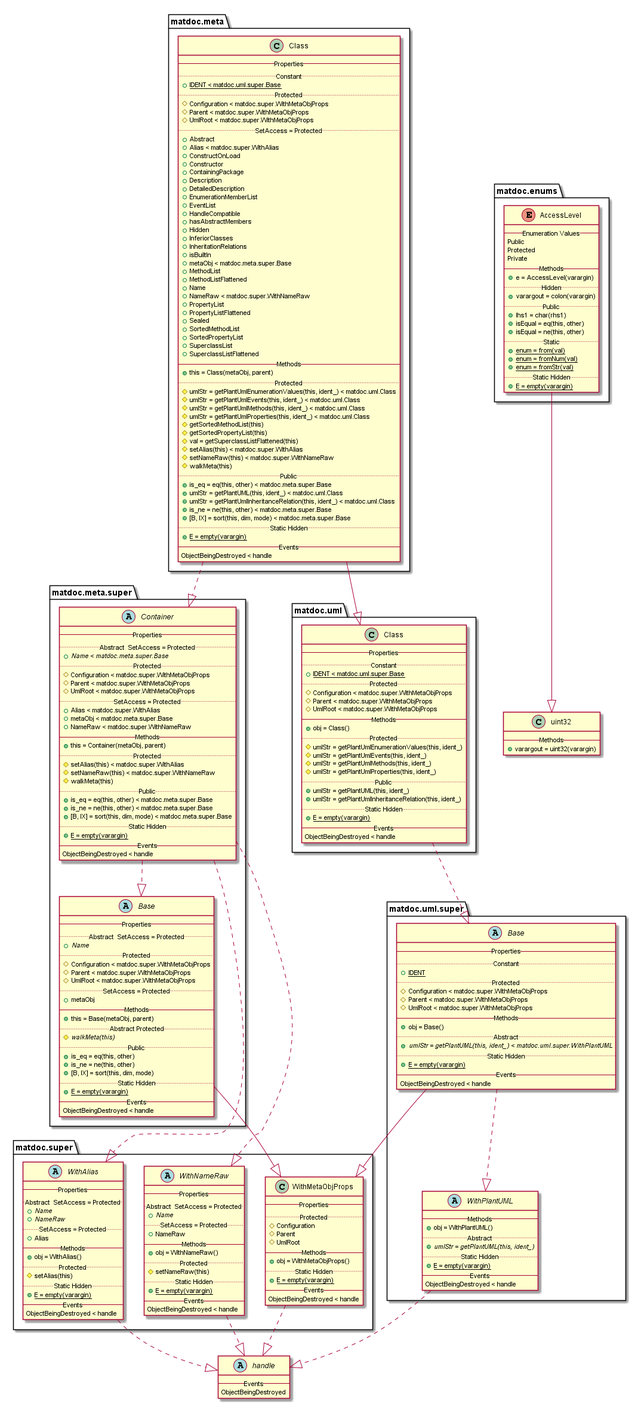
Earlier version of the PlantUML export doc/uml-examples/export-class-InheritanceHint-true.png (flxdot/matdoc).
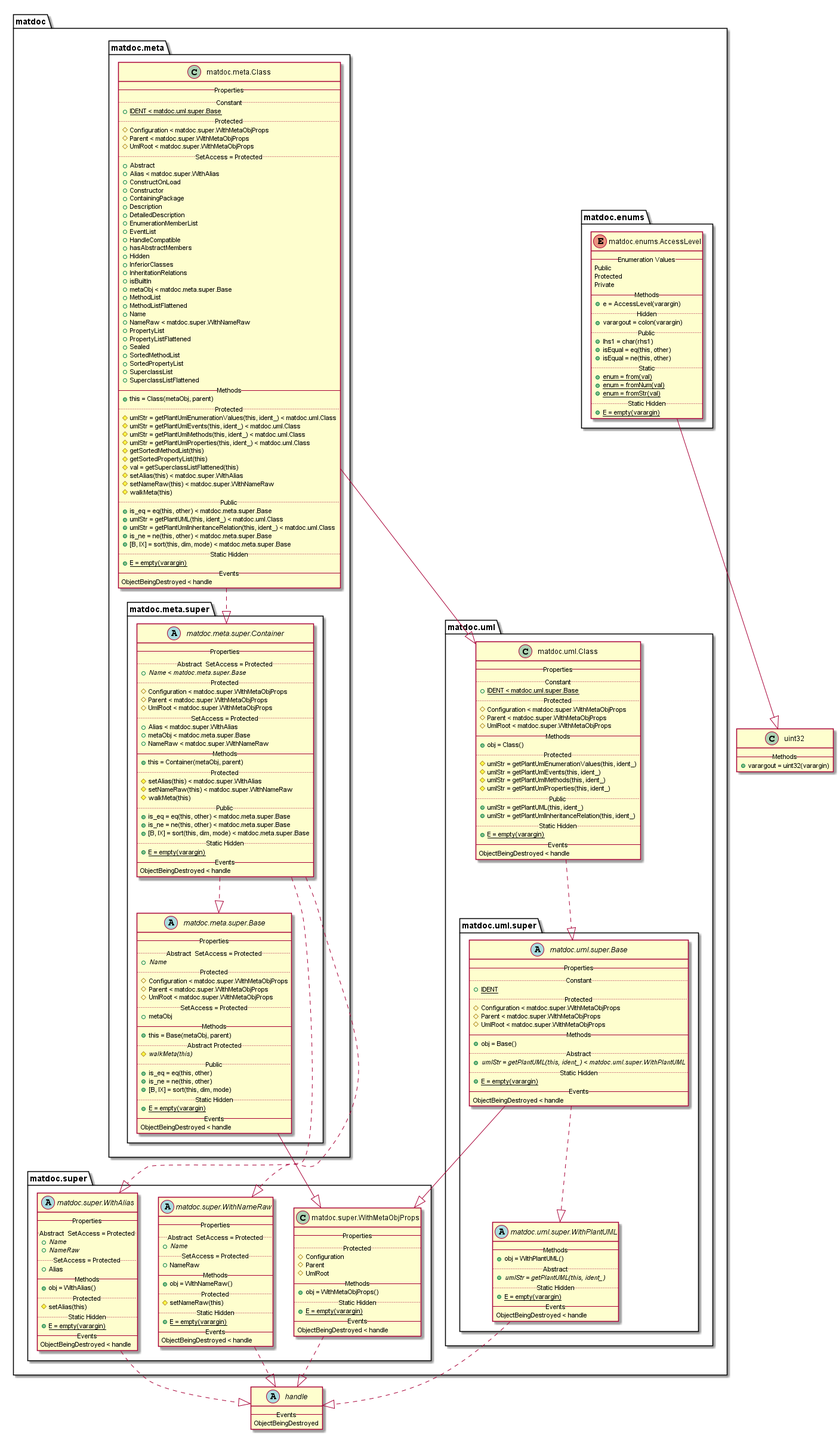
After the change.

The edit, as a diff of the source:
```diff
@@ -1,247 +1,277 @@
 @startuml
+
+set namespaceSeparator none
 
 abstract class handle {
    -- Events --
    ObjectBeingDestroyed
 }
 
-enum matdoc.enums.AccessLevel {
-   -- Enumeration Values --
-   Public
-   Protected
-   Private
-   -- Methods --
-   {method} + e = AccessLevel(varargin)
-   .. Hidden ..
-   {method} + varargout = colon(varargin)
-   .. Public ..
-   {method} + lhs1 = char(rhs1)
-   {method} + isEqual = eq(this, other)
-   {method} + isEqual = ne(this, other)
-   .. Static ..
-   {method} {static} + enum = from(val)
-   {method} {static} + enum = fromNum(val)
-   {method} {static} + enum = fromStr(val)
-   .. Static Hidden ..
-   {method} {static} + E = empty(varargin)
-}
-
-class matdoc.meta.Class {
-   -- Properties --
-   .. Constant ..
-   {field} {static} + IDENT < matdoc.uml.super.Base
-   .. Protected ..
-   {field} # Configuration < matdoc.super.WithMetaObjProps
-   {field} # Parent < matdoc.super.WithMetaObjProps
-   {field} # UmlRoot < matdoc.super.WithMetaObjProps
-   .. SetAccess = Protected ..
-   {field} + Abstract
-   {field} + Alias < matdoc.super.WithAlias
-   {field} + ConstructOnLoad
-   {field} + Constructor
-   {field} + ContainingPackage
-   {field} + Description
-   {field} + DetailedDescription
-   {field} + EnumerationMemberList
-   {field} + EventList
-   {field} + HandleCompatible
-   {field} + hasAbstractMembers
-   {field} + Hidden
-   {field} + InferiorClasses
-   {field} + InheritationRelations
-   {field} + isBuiltIn
-   {field} + metaObj < matdoc.meta.super.Base
-   {field} + MethodList
-   {field} + MethodListFlattened
-   {field} + Name
-   {field} + NameRaw < matdoc.super.WithNameRaw
-   {field} + PropertyList
-   {field} + PropertyListFlattened
-   {field} + Sealed
-   {field} + SortedMethodList
-   {field} + SortedPropertyList
-   {field} + SuperclassList
-   {field} + SuperclassListFlattened
-   -- Methods --
-   {method} + this = Class(metaObj, parent)
-   .. Protected ..
-   {method} # umlStr = getPlantUmlEnumerationValues(this, ident_) < matdoc.uml.Class
-   {method} # umlStr = getPlantUmlEvents(this, ident_) < matdoc.uml.Class
-   {method} # umlStr = getPlantUmlMethods(this, ident_) < matdoc.uml.Class
-   {method} # umlStr = getPlantUmlProperties(this, ident_) < matdoc.uml.Class
-   {method} # getSortedMethodList(this)
-   {method} # getSortedPropertyList(this)
-   {method} # val = getSuperclassListFlattened(this)
-   {method} # setAlias(this) < matdoc.super.WithAlias
-   {method} # setNameRaw(this) < matdoc.super.WithNameRaw
-   {method} # walkMeta(this)
-   .. Public ..
-   {method} + is_eq = eq(this, other) < matdoc.meta.super.Base
-   {method} + umlStr = getPlantUML(this, ident_) < matdoc.uml.Class
-   {method} + umlStr = getPlantUmlInheritanceRelation(this, ident_) < matdoc.uml.Class
-   {method} + is_ne = ne(this, other) < matdoc.meta.super.Base
-   {method} + [B, IX] = sort(this, dim, mode) < matdoc.meta.super.Base
-   .. Static Hidden ..
-   {method} {static} + E = empty(varargin)
-   -- Events --
-   ObjectBeingDestroyed < handle
-}
-
-abstract class matdoc.meta.super.Base {
-   -- Properties --
-   .. Abstract  SetAccess = Protected ..
-   {field} {abstract} + Name
-   .. Protected ..
-   {field} # Configuration < matdoc.super.WithMetaObjProps
-   {field} # Parent < matdoc.super.WithMetaObjProps
-   {field} # UmlRoot < matdoc.super.WithMetaObjProps
-   .. SetAccess = Protected ..
-   {field} + metaObj
-   -- Methods --
-   {method} + this = Base(metaObj, parent)
-   .. Abstract Protected ..
-   {method} {abstract} # walkMeta(this)
-   .. Public ..
-   {method} + is_eq = eq(this, other)
-   {method} + is_ne = ne(this, other)
-   {method} + [B, IX] = sort(this, dim, mode)
-   .. Static Hidden ..
-   {method} {static} + E = empty(varargin)
-   -- Events --
-   ObjectBeingDestroyed < handle
-}
-
-abstract class matdoc.meta.super.Container {
-   -- Properties --
-   .. Abstract  SetAccess = Protected ..
-   {field} {abstract} + Name < matdoc.meta.super.Base
-   .. Protected ..
-   {field} # Configuration < matdoc.super.WithMetaObjProps
-   {field} # Parent < matdoc.super.WithMetaObjProps
-   {field} # UmlRoot < matdoc.super.WithMetaObjProps
-   .. SetAccess = Protected ..
-   {field} + Alias < matdoc.super.WithAlias
-   {field} + metaObj < matdoc.meta.super.Base
-   {field} + NameRaw < matdoc.super.WithNameRaw
-   -- Methods --
-   {method} + this = Container(metaObj, parent)
-   .. Protected ..
-   {method} # setAlias(this) < matdoc.super.WithAlias
-   {method} # setNameRaw(this) < matdoc.super.WithNameRaw
-   {method} # walkMeta(this)
-   .. Public ..
-   {method} + is_eq = eq(this, other) < matdoc.meta.super.Base
-   {method} + is_ne = ne(this, other) < matdoc.meta.super.Base
-   {method} + [B, IX] = sort(this, dim, mode) < matdoc.meta.super.Base
-   .. Static Hidden ..
-   {method} {static} + E = empty(varargin)
-   -- Events --
-   ObjectBeingDestroyed < handle
-}
-
-abstract class matdoc.super.WithAlias {
-   -- Properties --
-   .. Abstract  SetAccess = Protected ..
-   {field} {abstract} + Name
-   {field} {abstract} + NameRaw
-   .. SetAccess = Protected ..
-   {field} + Alias
-   -- Methods --
-   {method} + obj = WithAlias()
-   .. Protected ..
-   {method} # setAlias(this)
-   .. Static Hidden ..
-   {method} {static} + E = empty(varargin)
-   -- Events --
-   ObjectBeingDestroyed < handle
-}
-
-class matdoc.super.WithMetaObjProps {
-   -- Properties --
-   .. Protected ..
-   {field} # Configuration
-   {field} # Parent
-   {field} # UmlRoot
-   -- Methods --
-   {method} + obj = WithMetaObjProps()
-   .. Static Hidden ..
-   {method} {static} + E = empty(varargin)
-   -- Events --
-   ObjectBeingDestroyed < handle
-}
-
-abstract class matdoc.super.WithNameRaw {
-   -- Properties --
-   .. Abstract  SetAccess = Protected ..
-   {field} {abstract} + Name
-   .. SetAccess = Protected ..
-   {field} + NameRaw
-   -- Methods --
-   {method} + obj = WithNameRaw()
-   .. Protected ..
-   {method} # setNameRaw(this)
-   .. Static Hidden ..
-   {method} {static} + E = empty(varargin)
-   -- Events --
-   ObjectBeingDestroyed < handle
-}
-
-class matdoc.uml.Class {
-   -- Properties --
-   .. Constant ..
-   {field} {static} + IDENT < matdoc.uml.super.Base
-   .. Protected ..
-   {field} # Configuration < matdoc.super.WithMetaObjProps
-   {field} # Parent < matdoc.super.WithMetaObjProps
-   {field} # UmlRoot < matdoc.super.WithMetaObjProps
-   -- Methods --
-   {method} + obj = Class()
-   .. Protected ..
-   {method} # umlStr = getPlantUmlEnumerationValues(this, ident_)
-   {method} # umlStr = getPlantUmlEvents(this, ident_)
-   {method} # umlStr = getPlantUmlMethods(this, ident_)
-   {method} # umlStr = getPlantUmlProperties(this, ident_)
-   .. Public ..
-   {method} + umlStr = getPlantUML(this, ident_)
-   {method} + umlStr = getPlantUmlInheritanceRelation(this, ident_)
-   .. Static Hidden ..
-   {method} {static} + E = empty(varargin)
-   -- Events --
-   ObjectBeingDestroyed < handle
-}
-
-abstract class matdoc.uml.super.Base {
-   -- Properties --
-   .. Constant ..
-   {field} {static} + IDENT
-   .. Protected ..
-   {field} # Configuration < matdoc.super.WithMetaObjProps
-   {field} # Parent < matdoc.super.WithMetaObjProps
-   {field} # UmlRoot < matdoc.super.WithMetaObjProps
-   -- Methods --
-   {method} + obj = Base()
-   .. Abstract ..
-   {method} {abstract} + umlStr = getPlantUML(this, ident_) < matdoc.uml.super.WithPlantUML
-   .. Static Hidden ..
-   {method} {static} + E = empty(varargin)
-   -- Events --
-   ObjectBeingDestroyed < handle
-}
-
-abstract class matdoc.uml.super.WithPlantUML {
-   -- Methods --
-   {method} + obj = WithPlantUML()
-   .. Abstract ..
-   {method} {abstract} + umlStr = getPlantUML(this, ident_)
-   .. Static Hidden ..
-   {method} {static} + E = empty(varargin)
-   -- Events --
-   ObjectBeingDestroyed < handle
-}
-
 class uint32 {
    -- Methods --
    {method} + varargout = uint32(varargin)
+}
+
+package matdoc {
+
+   package matdoc.enums {
+
+      enum matdoc.enums.AccessLevel {
+         -- Enumeration Values --
+         Public
+         Protected
+         Private
+         -- Methods --
+         {method} + e = AccessLevel(varargin)
+         .. Hidden ..
+         {method} + varargout = colon(varargin)
+         .. Public ..
+         {method} + lhs1 = char(rhs1)
+         {method} + isEqual = eq(this, other)
+         {method} + isEqual = ne(this, other)
+         .. Static ..
+         {method} {static} + enum = from(val)
+         {method} {static} + enum = fromNum(val)
+         {method} {static} + enum = fromStr(val)
+         .. Static Hidden ..
+         {method} {static} + E = empty(varargin)
+      }
+
+   }
+
+   package matdoc.meta {
+
+      class matdoc.meta.Class {
+         -- Properties --
+         .. Constant ..
+         {field} {static} + IDENT < matdoc.uml.super.Base
+         .. Protected ..
+         {field} # Configuration < matdoc.super.WithMetaObjProps
+         {field} # Parent < matdoc.super.WithMetaObjProps
+         {field} # UmlRoot < matdoc.super.WithMetaObjProps
+         .. SetAccess = Protected ..
+         {field} + Abstract
+         {field} + Alias < matdoc.super.WithAlias
+         {field} + ConstructOnLoad
+         {field} + Constructor
+         {field} + ContainingPackage
+         {field} + Description
+         {field} + DetailedDescription
+         {field} + EnumerationMemberList
+         {field} + EventList
+         {field} + HandleCompatible
+         {field} + hasAbstractMembers
+         {field} + Hidden
+         {field} + InferiorClasses
+         {field} + InheritationRelations
+         {field} + isBuiltIn
+         {field} + metaObj < matdoc.meta.super.Base
+         {field} + MethodList
+         {field} + MethodListFlattened
+         {field} + Name
+         {field} + NameRaw < matdoc.super.WithNameRaw
+         {field} + PropertyList
+         {field} + PropertyListFlattened
+         {field} + Sealed
+         {field} + SortedMethodList
+         {field} + SortedPropertyList
+         {field} + SuperclassList
+         {field} + SuperclassListFlattened
+         -- Methods --
+         {method} + this = Class(metaObj, parent)
+         .. Protected ..
+         {method} # umlStr = getPlantUmlEnumerationValues(this, ident_) < matdoc.uml.Class
+         {method} # umlStr = getPlantUmlEvents(this, ident_) < matdoc.uml.Class
+         {method} # umlStr = getPlantUmlMethods(this, ident_) < matdoc.uml.Class
+         {method} # umlStr = getPlantUmlProperties(this, ident_) < matdoc.uml.Class
+         {method} # getSortedMethodList(this)
+         {method} # getSortedPropertyList(this)
+         {method} # val = getSuperclassListFlattened(this)
+         {method} # setAlias(this) < matdoc.super.WithAlias
+         {method} # setNameRaw(this) < matdoc.super.WithNameRaw
+         {method} # walkMeta(this)
+         .. Public ..
+         {method} + is_eq = eq(this, other) < matdoc.meta.super.Base
+         {method} + umlStr = getPlantUML(this, ident_) < matdoc.uml.Class
+         {method} + umlStr = getPlantUmlInheritanceRelation(this, ident_) < matdoc.uml.Class
+         {method} + is_ne = ne(this, other) < matdoc.meta.super.Base
+         {method} + [B, IX] = sort(this, dim, mode) < matdoc.meta.super.Base
+         .. Static Hidden ..
+         {method} {static} + E = empty(varargin)
+         -- Events --
+         ObjectBeingDestroyed < handle
+      }
+
+      package matdoc.meta.super {
+
+         abstract class matdoc.meta.super.Base {
+            -- Properties --
+            .. Abstract  SetAccess = Protected ..
+            {field} {abstract} + Name
+            .. Protected ..
+            {field} # Configuration < matdoc.super.WithMetaObjProps
+            {field} # Parent < matdoc.super.WithMetaObjProps
+            {field} # UmlRoot < matdoc.super.WithMetaObjProps
+            .. SetAccess = Protected ..
+            {field} + metaObj
+            -- Methods --
+            {method} + this = Base(metaObj, parent)
+            .. Abstract Protected ..
+            {method} {abstract} # walkMeta(this)
+            .. Public ..
+            {method} + is_eq = eq(this, other)
+            {method} + is_ne = ne(this, other)
+            {method} + [B, IX] = sort(this, dim, mode)
+            .. Static Hidden ..
+            {method} {static} + E = empty(varargin)
+            -- Events --
+            ObjectBeingDestroyed < handle
+         }
+
+         abstract class matdoc.meta.super.Container {
+            -- Properties --
+            .. Abstract  SetAccess = Protected ..
+            {field} {abstract} + Name < matdoc.meta.super.Base
+            .. Protected ..
+            {field} # Configuration < matdoc.super.WithMetaObjProps
+            {field} # Parent < matdoc.super.WithMetaObjProps
+            {field} # UmlRoot < matdoc.super.WithMetaObjProps
+            .. SetAccess = Protected ..
+            {field} + Alias < matdoc.super.WithAlias
+            {field} + metaObj < matdoc.meta.super.Base
+            {field} + NameRaw < matdoc.super.WithNameRaw
+            -- Methods --
+            {method} + this = Container(metaObj, parent)
+            .. Protected ..
+            {method} # setAlias(this) < matdoc.super.WithAlias
+            {method} # setNameRaw(this) < matdoc.super.WithNameRaw
+            {method} # walkMeta(this)
+            .. Public ..
+            {method} + is_eq = eq(this, other) < matdoc.meta.super.Base
+            {method} + is_ne = ne(this, other) < matdoc.meta.super.Base
+            {method} + [B, IX] = sort(this, dim, mode) < matdoc.meta.super.Base
+            .. Static Hidden ..
+            {method} {static} + E = empty(varargin)
+            -- Events --
+            ObjectBeingDestroyed < handle
+         }
+
+      }
+
+   }
+
+   package matdoc.super {
+
+      abstract class matdoc.super.WithAlias {
+         -- Properties --
+         .. Abstract  SetAccess = Protected ..
+         {field} {abstract} + Name
+         {field} {abstract} + NameRaw
+         .. SetAccess = Protected ..
+         {field} + Alias
+         -- Methods --
+         {method} + obj = WithAlias()
+         .. Protected ..
+         {method} # setAlias(this)
+         .. Static Hidden ..
+         {method} {static} + E = empty(varargin)
+         -- Events --
+         ObjectBeingDestroyed < handle
+      }
+
+      class matdoc.super.WithMetaObjProps {
+         -- Properties --
+         .. Protected ..
+         {field} # Configuration
+         {field} # Parent
+         {field} # UmlRoot
+         -- Methods --
+         {method} + obj = WithMetaObjProps()
+         .. Static Hidden ..
+         {method} {static} + E = empty(varargin)
+         -- Events --
+         ObjectBeingDestroyed < handle
+      }
+
+      abstract class matdoc.super.WithNameRaw {
+         -- Properties --
+         .. Abstract  SetAccess = Protected ..
+         {field} {abstract} + Name
+         .. SetAccess = Protected ..
+         {field} + NameRaw
+         -- Methods --
+         {method} + obj = WithNameRaw()
+         .. Protected ..
+         {method} # setNameRaw(this)
+         .. Static Hidden ..
+         {method} {static} + E = empty(varargin)
+         -- Events --
+         ObjectBeingDestroyed < handle
+      }
+
+   }
+
+   package matdoc.uml {
+
+      class matdoc.uml.Class {
+         -- Properties --
+         .. Constant ..
+         {field} {static} + IDENT < matdoc.uml.super.Base
+         .. Protected ..
+         {field} # Configuration < matdoc.super.WithMetaObjProps
+         {field} # Parent < matdoc.super.WithMetaObjProps
+         {field} # UmlRoot < matdoc.super.WithMetaObjProps
+         -- Methods --
+         {method} + obj = Class()
+         .. Protected ..
+         {method} # umlStr = getPlantUmlEnumerationValues(this, ident_)
+         {method} # umlStr = getPlantUmlEvents(this, ident_)
+         {method} # umlStr = getPlantUmlMethods(this, ident_)
+         {method} # umlStr = getPlantUmlProperties(this, ident_)
+         .. Public ..
+         {method} + umlStr = getPlantUML(this, ident_)
+         {method} + umlStr = getPlantUmlInheritanceRelation(this, ident_)
+         .. Static Hidden ..
+         {method} {static} + E = empty(varargin)
+         -- Events --
+         ObjectBeingDestroyed < handle
+      }
+
+      package matdoc.uml.super {
+
+         abstract class matdoc.uml.super.Base {
+            -- Properties --
+            .. Constant ..
+            {field} {static} + IDENT
+            .. Protected ..
+            {field} # Configuration < matdoc.super.WithMetaObjProps
+            {field} # Parent < matdoc.super.WithMetaObjProps
+            {field} # UmlRoot < matdoc.super.WithMetaObjProps
+            -- Methods --
+            {method} + obj = Base()
+            .. Abstract ..
+            {method} {abstract} + umlStr = getPlantUML(this, ident_) < matdoc.uml.super.WithPlantUML
+            .. Static Hidden ..
+            {method} {static} + E = empty(varargin)
+            -- Events --
+            ObjectBeingDestroyed < handle
+         }
+
+         abstract class matdoc.uml.super.WithPlantUML {
+            -- Methods --
+            {method} + obj = WithPlantUML()
+            .. Abstract ..
+            {method} {abstract} + umlStr = getPlantUML(this, ident_)
+            .. Static Hidden ..
+            {method} {static} + E = empty(varargin)
+            -- Events --
+            ObjectBeingDestroyed < handle
+         }
+
+      }
+
+   }
+
 }
 
 
@@ -260,5 +290,4 @@
 matdoc.uml.super.Base ..|> matdoc.uml.super.WithPlantUML
 matdoc.uml.super.WithPlantUML ..|> handle
 
-
 @enduml
```
